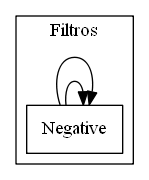
Eduardo01004/EDD_2S2019_PY1_201612124 keeps this Graphviz diagram as Proyecto1/ListaCircular.png. Above is the earlier version. Its source is kept beside it as Proyecto1/ListaCircular.dot. The source it was exported from:
```dot
digraph G {rankdir=LR;


 subgraph cluster3{label="Filtros";
1289928[shape=box,label=" Negative "];
1289928 -> 1289928 ;
1289928->1289928 ;
}
}
```
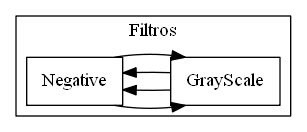
Above is the later version.

Change to the diagram source:
```diff
@@ -2,8 +2,11 @@
 
 
  subgraph cluster3{label="Filtros";
-1289928[shape=box,label=" Negative "];
-1289928 -> 1289928 ;
-1289928->1289928 ;
+9023176[shape=box,label=" Negative "];
+9023176 -> 9023344 ;
+9023344->9023176 ;
+9023344[shape=box,label=" GrayScale "];
+9023344 -> 9023176 ;
+9023176->9023344 ;
 }
 }
```
